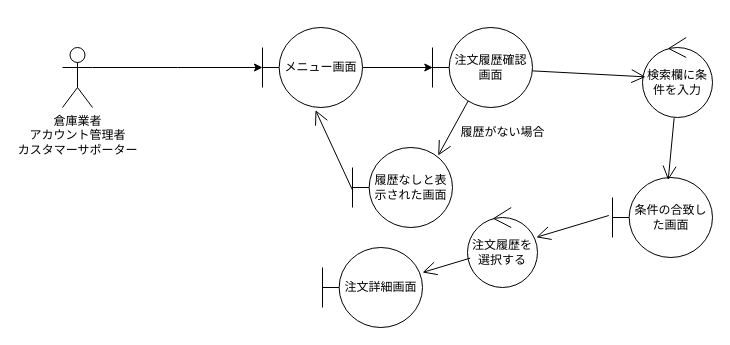
The draw.io diagram group/3-3_総合演習1_BBショップ注文管理システム/ロバストネス図/lo_a_03_checkhistory.drawio in ko246/ohara_uml, before the edit. Source tidied: cells renumbered, new cells numbered last; positions are measured from the earlier drawing's top-left corner, leaving out a move shared by most shapes. Both pictures are drawn from the tidied source at 100%, with x=0, y=0 at pixel (62, 27).
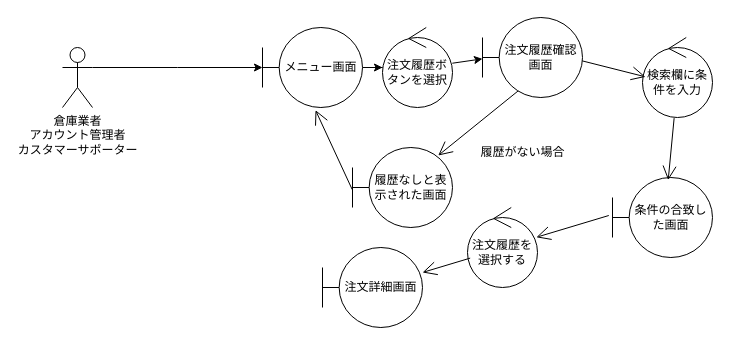
The same page after the edit.

Commit message (it also covers changes not shown here):
lo_a_03_checkhistoryの修正とlo_a_07_deleteの追加

The change refers to these unchanged cells:
```xml
<mxCell id="5" value="メニュー画面" style="shape=umlBoundary;whiteSpace=wrap;html=1;" parent="1" vertex="1">
  <mxGeometry x="200" width="100" height="80" as="geometry" />
</mxCell>
```

Change to the diagram source:
```diff
@@
-    <mxCell id="4" style="edgeStyle=orthogonalEdgeStyle;rounded=0;jettySize=auto;html=1;entryX=0.003;entryY=0.5;entryDx=0;entryDy=0;entryPerimeter=0;" parent="1" edge="1" source="5" target="6">
+    <mxCell id="4" style="edgeStyle=orthogonalEdgeStyle;rounded=0;jettySize=auto;html=1;" parent="1" edge="1" source="5" target="19">
       <mxGeometry relative="1" as="geometry" />
     </mxCell>
@@
     <mxCell id="6" value="注文履歴確認画面" style="shape=umlBoundary;whiteSpace=wrap;html=1;" parent="1" vertex="1">
-      <mxGeometry x="370" width="100" height="80" as="geometry" />
+      <mxGeometry x="420" y="-10" width="100" height="80" as="geometry" />
     </mxCell>
@@
     <mxCell id="9" value="履歴がない場合" style="text;html=1;align=center;verticalAlign=middle;strokeColor=none;fillColor=none;" parent="1" vertex="1">
-      <mxGeometry x="385" y="90" width="110" height="30" as="geometry" />
+      <mxGeometry x="405" y="110" width="110" height="30" as="geometry" />
     </mxCell>
@@
+    <mxCell id="19" value="注文履歴ボタンを選択" style="ellipse;shape=umlControl;whiteSpace=wrap;html=1;" parent="1" vertex="1">
+      <mxGeometry x="320" width="70" height="80" as="geometry" />
+    </mxCell>
+    <mxCell id="20" style="edgeStyle=none;html=1;entryX=0;entryY=0.517;entryDx=0;entryDy=0;entryPerimeter=0;" parent="1" edge="1" source="19" target="6">
+      <mxGeometry relative="1" as="geometry" />
+    </mxCell>
```
